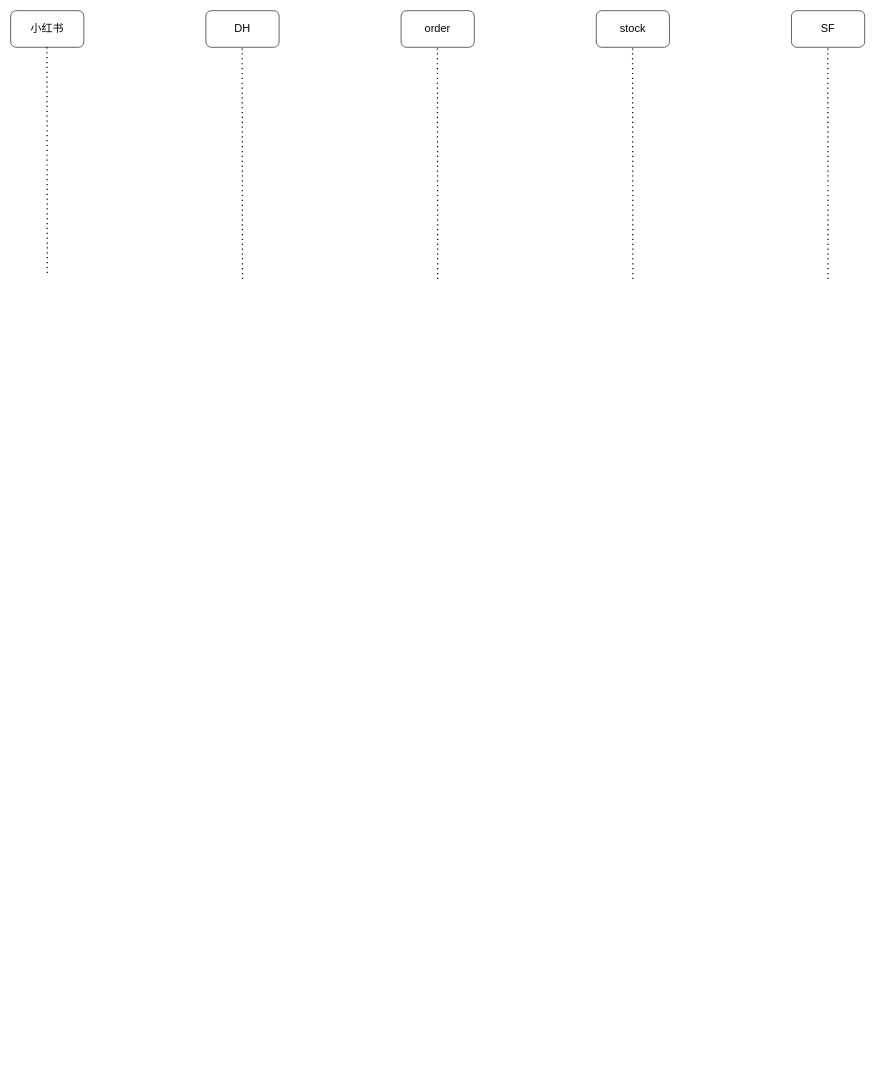
The draw.io diagram Untitled Diagram.drawio in Horan-Zheng/horan_repository, before the edit. Source tidied: cells renumbered, new cells numbered last; positions are measured from the earlier drawing's top-left corner, leaving out a move shared by most shapes. Both pictures are drawn from the tidied source at 61%, with x=0, y=0 at pixel (10, 10).
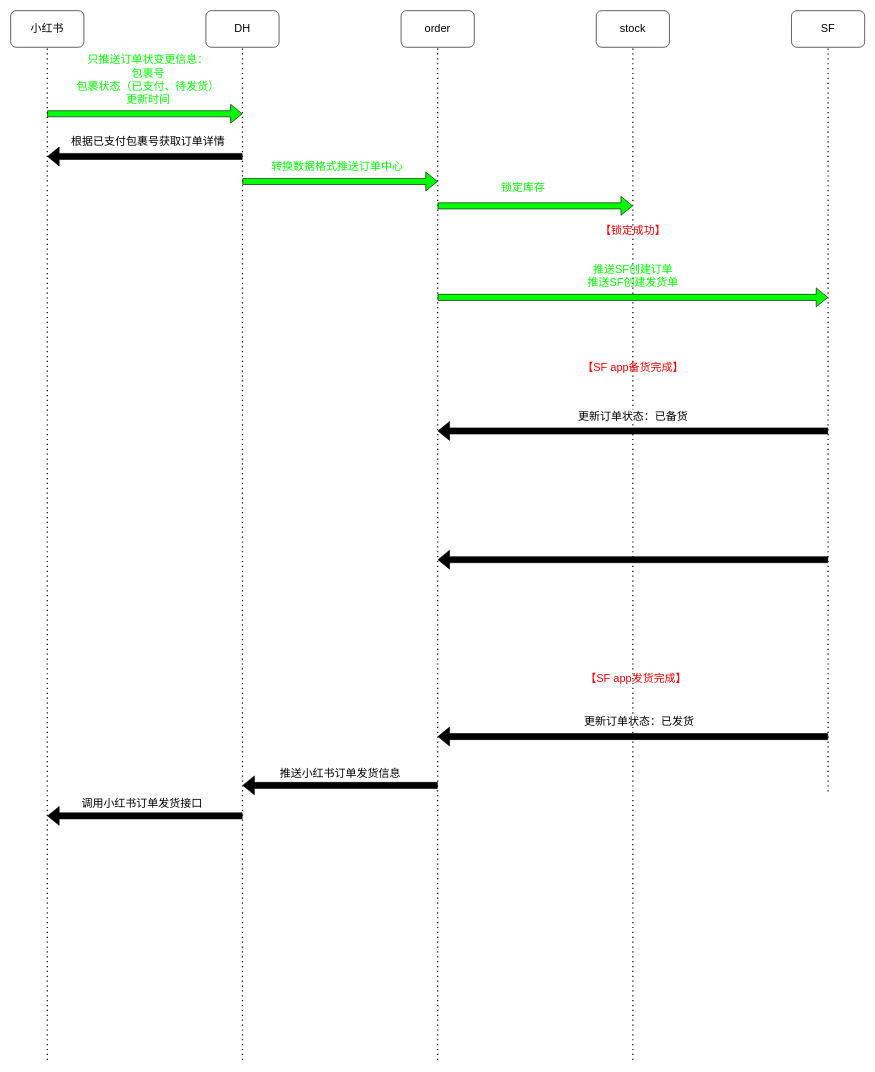
Above is the later version.

The change refers to these unchanged cells:
```xml
<mxCell id="2" value="&lt;font style=&quot;font-size: 18px&quot;&gt;小红书&lt;/font&gt;" style="rounded=1;whiteSpace=wrap;html=1;fontFamily=Helvetica;fontSize=11;" parent="1" vertex="1">
  <mxGeometry width="120" height="60" as="geometry" />
</mxCell>
<mxCell id="3" value="DH" style="rounded=1;whiteSpace=wrap;html=1;fontFamily=Helvetica;fontSize=18;" parent="1" vertex="1">
  <mxGeometry x="320" width="120" height="60" as="geometry" />
</mxCell>
<mxCell id="4" value="order" style="rounded=1;whiteSpace=wrap;html=1;fontFamily=Helvetica;fontSize=18;" parent="1" vertex="1">
  <mxGeometry x="640" width="120" height="60" as="geometry" />
</mxCell>
<mxCell id="5" value="stock" style="rounded=1;whiteSpace=wrap;html=1;fontFamily=Helvetica;fontSize=18;" parent="1" vertex="1">
  <mxGeometry x="960" width="120" height="60" as="geometry" />
</mxCell>
<mxCell id="6" value="SF" style="rounded=1;whiteSpace=wrap;html=1;fontFamily=Helvetica;fontSize=18;" parent="1" vertex="1">
  <mxGeometry x="1280" width="120" height="60" as="geometry" />
</mxCell>
```

Change to the diagram source:
```diff
@@
-    <mxCell id="7" style="endArrow=none;dashed=1;html=1;dashPattern=1 3;strokeWidth=2;rounded=0;fontFamily=Helvetica;fontSize=18;" parent="1" edge="1">
+    <mxCell id="7" style="endArrow=none;dashed=1;html=1;dashPattern=1 3;strokeWidth=2;rounded=0;fontFamily=Helvetica;fontSize=18;entryX=0.5;entryY=1;entryDx=0;entryDy=0;" parent="1" edge="1" target="2">
       <mxGeometry relative="1" as="geometry">
-        <mxPoint x="60" y="430" as="sourcePoint" />
-        <mxPoint x="59.5" y="60" as="targetPoint" />
+        <mxPoint x="60" y="1720" as="sourcePoint" />
       </mxGeometry>
     </mxCell>
-    <mxCell id="8" style="endArrow=none;dashed=1;html=1;dashPattern=1 3;strokeWidth=2;rounded=0;fontFamily=Helvetica;fontSize=18;" parent="1" edge="1">
+    <mxCell id="8" style="endArrow=none;dashed=1;html=1;dashPattern=1 3;strokeWidth=2;rounded=0;fontFamily=Helvetica;fontSize=18;entryX=0.5;entryY=1;entryDx=0;entryDy=0;" parent="1" edge="1" target="3">
       <mxGeometry relative="1" as="geometry">
-        <mxPoint x="380" y="440" as="sourcePoint" />
-        <mxPoint x="379.5" y="60" as="targetPoint" />
+        <mxPoint x="380" y="1720" as="sourcePoint" />
       </mxGeometry>
     </mxCell>
-    <mxCell id="9" style="endArrow=none;dashed=1;html=1;dashPattern=1 3;strokeWidth=2;rounded=0;fontFamily=Helvetica;fontSize=18;" parent="1" edge="1">
+    <mxCell id="9" style="endArrow=none;dashed=1;html=1;dashPattern=1 3;strokeWidth=2;rounded=0;fontFamily=Helvetica;fontSize=18;entryX=0.5;entryY=1;entryDx=0;entryDy=0;" parent="1" edge="1" target="4">
       <mxGeometry relative="1" as="geometry">
-        <mxPoint x="700" y="440" as="sourcePoint" />
-        <mxPoint x="699.5" y="60" as="targetPoint" />
+        <mxPoint x="700" y="1720" as="sourcePoint" />
       </mxGeometry>
     </mxCell>
-    <mxCell id="10" style="endArrow=none;dashed=1;html=1;dashPattern=1 3;strokeWidth=2;rounded=0;fontFamily=Helvetica;fontSize=18;" parent="1" edge="1">
+    <mxCell id="10" style="endArrow=none;dashed=1;html=1;dashPattern=1 3;strokeWidth=2;rounded=0;fontFamily=Helvetica;fontSize=18;entryX=0.5;entryY=1;entryDx=0;entryDy=0;" parent="1" edge="1" target="5">
       <mxGeometry relative="1" as="geometry">
-        <mxPoint x="1020" y="440" as="sourcePoint" />
-        <mxPoint x="1019.5" y="60" as="targetPoint" />
+        <mxPoint x="1020" y="1720" as="sourcePoint" />
       </mxGeometry>
     </mxCell>
-    <mxCell id="11" style="endArrow=none;dashed=1;html=1;dashPattern=1 3;strokeWidth=2;rounded=0;fontFamily=Helvetica;fontSize=18;" parent="1" edge="1">
+    <mxCell id="11" style="endArrow=none;dashed=1;html=1;dashPattern=1 3;strokeWidth=2;rounded=0;fontFamily=Helvetica;fontSize=18;entryX=0.5;entryY=1;entryDx=0;entryDy=0;" parent="1" edge="1" target="6">
       <mxGeometry relative="1" as="geometry">
-        <mxPoint x="1340" y="440" as="sourcePoint" />
-        <mxPoint x="1339.5" y="60" as="targetPoint" />
+        <mxPoint x="1340" y="1280" as="sourcePoint" />
       </mxGeometry>
     </mxCell>
+    <mxCell id="12" value="&lt;font color=&quot;#00ff00&quot;&gt;只推送订单状变更信息：&lt;br&gt;包裹号&lt;br&gt;包裹状态（已支付、待发货）&lt;br&gt;更新时间&lt;/font&gt;" style="text;html=1;align=center;verticalAlign=middle;strokeColor=none;fillColor=none;fontSize=18;fontFamily=Helvetica;" parent="1" vertex="1">
+      <mxGeometry x="100" y="69" width="250" height="90" as="geometry" />
+    </mxCell>
+    <mxCell id="13" style="shape=flexArrow;endArrow=classic;html=1;rounded=0;fontFamily=Helvetica;fontSize=18;fillColor=#00FF00;" parent="1" edge="1">
+      <mxGeometry relative="1" as="geometry">
+        <mxPoint x="60" y="169" as="sourcePoint" />
+        <mxPoint x="380" y="169" as="targetPoint" />
+      </mxGeometry>
+    </mxCell>
+    <mxCell id="14" style="shape=flexArrow;endArrow=classic;html=1;rounded=0;fontFamily=Helvetica;fontSize=18;fillColor=#00FF00;" parent="1" edge="1">
+      <mxGeometry relative="1" as="geometry">
+        <mxPoint x="380" y="280" as="sourcePoint" />
+        <mxPoint x="700" y="280" as="targetPoint" />
+      </mxGeometry>
+    </mxCell>
+    <mxCell id="15" style="shape=flexArrow;endArrow=classic;html=1;rounded=0;fontFamily=Helvetica;fontSize=18;fillColor=#000000;strokeColor=#000000;" parent="1" edge="1">
+      <mxGeometry relative="1" as="geometry">
+        <mxPoint x="380" y="239" as="sourcePoint" />
+        <mxPoint x="60" y="239" as="targetPoint" />
+      </mxGeometry>
+    </mxCell>
+    <mxCell id="16" value="根据已支付包裹号获取订单详情" style="text;html=1;align=center;verticalAlign=middle;strokeColor=none;fillColor=none;fontSize=18;fontFamily=Helvetica;" parent="1" vertex="1">
+      <mxGeometry x="90" y="199" width="270" height="30" as="geometry" />
+    </mxCell>
+    <mxCell id="17" value="&lt;font color=&quot;#00ff00&quot;&gt;转换数据格式推送订单中心&lt;/font&gt;" style="text;html=1;align=center;verticalAlign=middle;strokeColor=none;fillColor=none;fontSize=18;fontFamily=Helvetica;fontColor=#000000;" parent="1" vertex="1">
+      <mxGeometry x="420" y="240" width="230" height="30" as="geometry" />
+    </mxCell>
+    <mxCell id="18" style="shape=flexArrow;endArrow=classic;html=1;rounded=0;fontFamily=Helvetica;fontSize=18;fillColor=#00FF00;" parent="1" edge="1">
+      <mxGeometry relative="1" as="geometry">
+        <mxPoint x="700" y="320" as="sourcePoint" />
+        <mxPoint x="1020" y="320" as="targetPoint" />
+      </mxGeometry>
+    </mxCell>
+    <mxCell id="19" value="锁定库存" style="text;html=1;align=center;verticalAlign=middle;strokeColor=none;fillColor=none;fontSize=18;fontFamily=Helvetica;fontColor=#00FF00;" parent="1" vertex="1">
+      <mxGeometry x="795" y="275" width="90" height="30" as="geometry" />
+    </mxCell>
+    <mxCell id="20" style="shape=flexArrow;endArrow=classic;html=1;rounded=0;fontFamily=Helvetica;fontSize=18;fillColor=#00FF00;" parent="1" edge="1">
+      <mxGeometry relative="1" as="geometry">
+        <mxPoint x="700" y="470" as="sourcePoint" />
+        <mxPoint x="1340" y="470" as="targetPoint" />
+      </mxGeometry>
+    </mxCell>
+    <mxCell id="21" value="&lt;font color=&quot;#ff0000&quot;&gt;【锁定成功】&lt;/font&gt;" style="text;html=1;align=center;verticalAlign=middle;strokeColor=none;fillColor=none;fontSize=18;fontFamily=Helvetica;fontColor=#00FF00;" parent="1" vertex="1">
+      <mxGeometry x="960" y="345" width="120" height="30" as="geometry" />
+    </mxCell>
+    <mxCell id="22" value="&lt;font color=&quot;#00ff00&quot;&gt;推送SF创建订单&lt;br&gt;推送SF创建发货单&lt;br&gt;&lt;/font&gt;" style="text;html=1;align=center;verticalAlign=middle;strokeColor=none;fillColor=none;fontSize=18;fontFamily=Helvetica;fontColor=#FF0000;" parent="1" vertex="1">
+      <mxGeometry x="940" y="410" width="160" height="50" as="geometry" />
+    </mxCell>
+    <mxCell id="23" style="shape=flexArrow;endArrow=classic;html=1;rounded=0;fontFamily=Helvetica;fontSize=18;fillColor=#000000;strokeColor=#000000;" parent="1" edge="1">
+      <mxGeometry relative="1" as="geometry">
+        <mxPoint x="1340" y="689" as="sourcePoint" />
+        <mxPoint x="700" y="689" as="targetPoint" />
+      </mxGeometry>
+    </mxCell>
+    <mxCell id="24" value="&lt;font color=&quot;#ff0000&quot;&gt;【SF app备货完成】&lt;/font&gt;" style="text;html=1;align=center;verticalAlign=middle;strokeColor=none;fillColor=none;fontSize=18;fontColor=#00FF00;" parent="1" vertex="1">
+      <mxGeometry x="930" y="570" width="180" height="30" as="geometry" />
+    </mxCell>
+    <mxCell id="25" style="shape=flexArrow;endArrow=classic;html=1;rounded=0;fontFamily=Helvetica;fontSize=18;fillColor=#000000;strokeColor=#000000;" parent="1" edge="1">
+      <mxGeometry relative="1" as="geometry">
+        <mxPoint x="1340" y="900" as="sourcePoint" />
+        <mxPoint x="700" y="900" as="targetPoint" />
+      </mxGeometry>
+    </mxCell>
+    <mxCell id="26" style="shape=flexArrow;endArrow=classic;html=1;rounded=0;fontFamily=Helvetica;fontSize=18;fillColor=#000000;strokeColor=#000000;" parent="1" edge="1">
+      <mxGeometry relative="1" as="geometry">
+        <mxPoint x="1340" y="1190" as="sourcePoint" />
+        <mxPoint x="700" y="1190" as="targetPoint" />
+      </mxGeometry>
+    </mxCell>
+    <mxCell id="27" style="shape=flexArrow;endArrow=classic;html=1;rounded=0;fontFamily=Helvetica;fontSize=18;fillColor=#000000;strokeColor=#000000;" parent="1" edge="1">
+      <mxGeometry relative="1" as="geometry">
+        <mxPoint x="700" y="1270" as="sourcePoint" />
+        <mxPoint x="380" y="1270" as="targetPoint" />
+      </mxGeometry>
+    </mxCell>
+    <mxCell id="28" value="&lt;span style=&quot;background-color: rgb(255 , 255 , 255)&quot;&gt;更新订单状态：已备货&lt;/span&gt;" style="text;html=1;align=center;verticalAlign=middle;strokeColor=none;fillColor=none;fontSize=18;fontColor=#000000;" parent="1" vertex="1">
+      <mxGeometry x="920" y="650" width="200" height="30" as="geometry" />
+    </mxCell>
+    <mxCell id="29" value="&lt;font color=&quot;#ff0000&quot;&gt;【SF app发货完成】&lt;/font&gt;" style="text;html=1;align=center;verticalAlign=middle;strokeColor=none;fillColor=none;fontSize=18;fontColor=#00FF00;" parent="1" vertex="1">
+      <mxGeometry x="935" y="1080" width="180" height="30" as="geometry" />
+    </mxCell>
+    <mxCell id="30" value="&lt;span style=&quot;background-color: rgb(255 , 255 , 255)&quot;&gt;更新订单状态：已发货&lt;/span&gt;" style="text;html=1;align=center;verticalAlign=middle;strokeColor=none;fillColor=none;fontSize=18;fontColor=#000000;" parent="1" vertex="1">
+      <mxGeometry x="930" y="1150" width="200" height="30" as="geometry" />
+    </mxCell>
+    <mxCell id="31" value="推送小红书订单发货信息" style="text;html=1;align=center;verticalAlign=middle;strokeColor=none;fillColor=none;fontSize=18;fontColor=#000000;" parent="1" vertex="1">
+      <mxGeometry x="435" y="1235" width="210" height="30" as="geometry" />
+    </mxCell>
+    <mxCell id="32" style="shape=flexArrow;endArrow=classic;html=1;rounded=0;fontFamily=Helvetica;fontSize=18;fillColor=#000000;strokeColor=#000000;" parent="1" edge="1">
+      <mxGeometry relative="1" as="geometry">
+        <mxPoint x="380" y="1320" as="sourcePoint" />
+        <mxPoint x="60" y="1320" as="targetPoint" />
+      </mxGeometry>
+    </mxCell>
+    <mxCell id="33" value="调用小红书订单发货接口" style="text;html=1;align=center;verticalAlign=middle;strokeColor=none;fillColor=none;fontSize=18;fontColor=#000000;" parent="1" vertex="1">
+      <mxGeometry x="110" y="1285" width="210" height="30" as="geometry" />
+    </mxCell>
```
